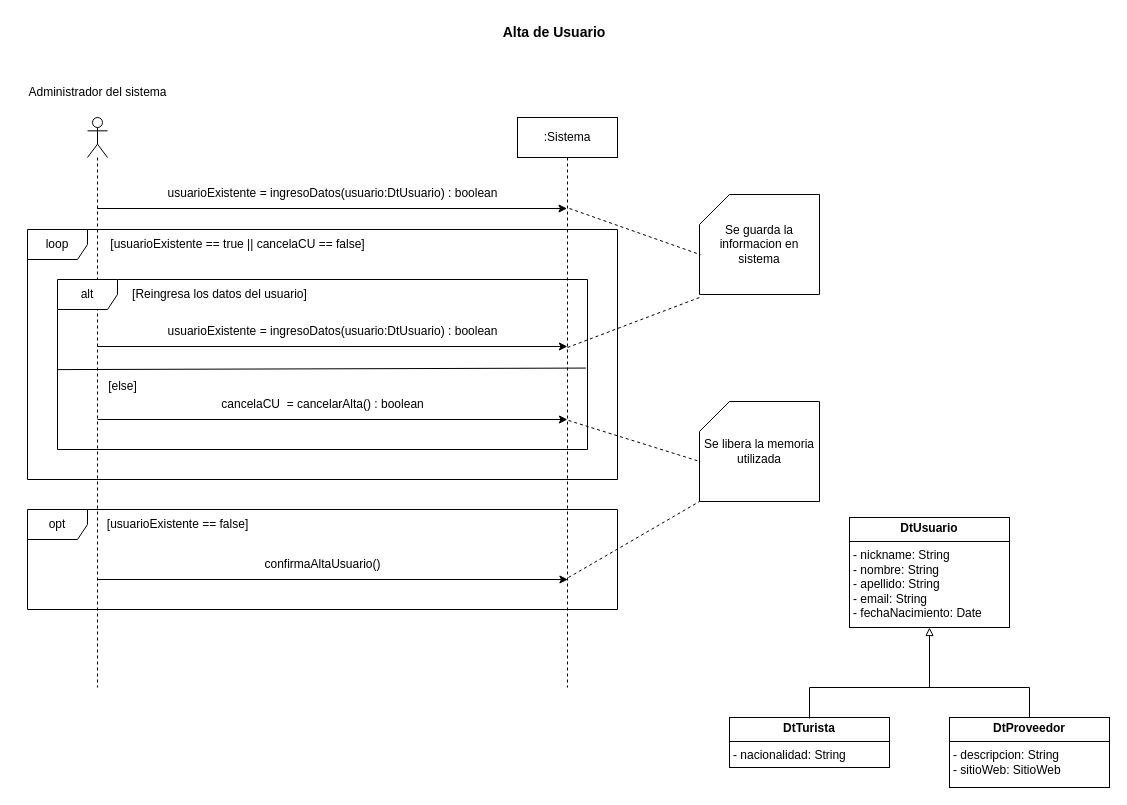
The draw.io diagram page "CU1_AltaUsuario" (2 of 8) of resources/Tarea1.drawio in rofernandezm/Tencnoinf_Pap2025_Tarea1, before the edit. Source tidied: cells renumbered, new cells numbered last; positions are measured from the earlier drawing's top-left corner, leaving out a move shared by most shapes. Both pictures are drawn from the tidied source at 100%, with x=0, y=0 at pixel (17, 17).
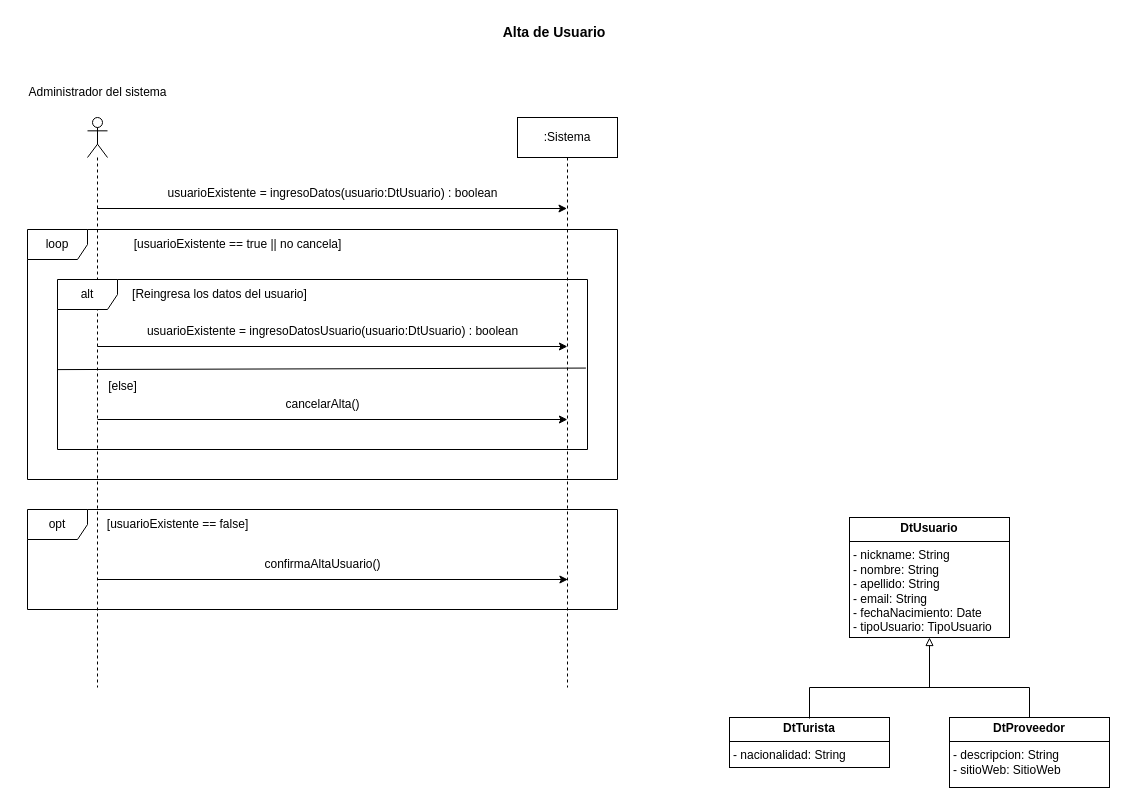
The same page after the edit.

The edit, as a diff of the source:
```diff
@@
-    <mxCell id="6" value="&lt;p style=&quot;margin:0px;margin-top:4px;text-align:center;&quot;&gt;&lt;b&gt;DtUsuario&lt;/b&gt;&lt;/p&gt;&lt;hr size=&quot;1&quot; style=&quot;border-style:solid;&quot;&gt;&lt;p style=&quot;margin:0px;margin-left:4px;&quot;&gt;- nickname: String&lt;/p&gt;&lt;p style=&quot;margin:0px;margin-left:4px;&quot;&gt;- nombre: String&lt;/p&gt;&lt;p style=&quot;margin:0px;margin-left:4px;&quot;&gt;- apellido: String&lt;/p&gt;&lt;p style=&quot;margin:0px;margin-left:4px;&quot;&gt;- email: String&lt;/p&gt;&lt;p style=&quot;margin:0px;margin-left:4px;&quot;&gt;- fechaNacimiento: Date&lt;/p&gt;" style="verticalAlign=top;align=left;overflow=fill;html=1;whiteSpace=wrap;" parent="1" vertex="1">
-      <mxGeometry x="832" y="500" width="160" height="110" as="geometry" />
+    <mxCell id="6" value="&lt;p style=&quot;margin:0px;margin-top:4px;text-align:center;&quot;&gt;&lt;b&gt;DtUsuario&lt;/b&gt;&lt;/p&gt;&lt;hr size=&quot;1&quot; style=&quot;border-style:solid;&quot;&gt;&lt;p style=&quot;margin:0px;margin-left:4px;&quot;&gt;- nickname: String&lt;/p&gt;&lt;p style=&quot;margin:0px;margin-left:4px;&quot;&gt;- nombre: String&lt;/p&gt;&lt;p style=&quot;margin:0px;margin-left:4px;&quot;&gt;- apellido: String&lt;/p&gt;&lt;p style=&quot;margin:0px;margin-left:4px;&quot;&gt;- email: String&lt;/p&gt;&lt;p style=&quot;margin:0px;margin-left:4px;&quot;&gt;- fechaNacimiento: Date&lt;/p&gt;&lt;p style=&quot;margin:0px;margin-left:4px;&quot;&gt;- tipoUsuario: TipoUsuario&lt;/p&gt;" style="verticalAlign=top;align=left;overflow=fill;html=1;whiteSpace=wrap;" parent="1" vertex="1">
+      <mxGeometry x="832" y="500" width="160" height="120" as="geometry" />
     </mxCell>
@@
-    <mxCell id="14" value="[usuarioExistente == true || cancelaCU == false]" style="text;html=1;align=center;verticalAlign=middle;strokeColor=none;fillColor=none;" parent="1" vertex="1">
-      <mxGeometry x="80" y="212" width="280" height="30" as="geometry" />
+    <mxCell id="14" value="[usuarioExistente == true || no cancela]" style="text;html=1;align=center;verticalAlign=middle;strokeColor=none;fillColor=none;" parent="1" vertex="1">
+      <mxGeometry x="105" y="212" width="230" height="30" as="geometry" />
     </mxCell>
@@
-    <mxCell id="17" value="usuarioExistente = ingresoDatos(usuario:DtUsuario) : boolean" style="text;html=1;align=center;verticalAlign=middle;strokeColor=none;fillColor=none;" parent="1" vertex="1">
-      <mxGeometry x="140.4" y="299" width="350" height="30" as="geometry" />
+    <mxCell id="17" value="usuarioExistente = ingresoDatosUsuario(usuario:DtUsuario) : boolean" style="text;html=1;align=center;verticalAlign=middle;strokeColor=none;fillColor=none;" parent="1" vertex="1">
+      <mxGeometry x="120.4" y="299" width="390" height="30" as="geometry" />
     </mxCell>
@@
-    <mxCell id="20" value="cancelaCU&amp;nbsp;&amp;nbsp;= cancelarAlta() : boolean" style="text;html=1;align=center;verticalAlign=middle;strokeColor=none;fillColor=none;" parent="1" vertex="1">
-      <mxGeometry x="190" y="372" width="230" height="30" as="geometry" />
+    <mxCell id="20" value="cancelarAlta()" style="text;html=1;align=center;verticalAlign=middle;strokeColor=none;fillColor=none;" parent="1" vertex="1">
+      <mxGeometry x="255" y="372" width="100" height="30" as="geometry" />
     </mxCell>
@@
-    <mxCell id="25" value="Se libera la memoria utilizada" style="shape=card;whiteSpace=wrap;html=1;" parent="1" vertex="1">
-      <mxGeometry x="682" y="384" width="120" height="100" as="geometry" />
-    </mxCell>
-    <mxCell id="26" style="endArrow=none;html=1;rounded=0;entryX=0.008;entryY=0.602;entryDx=0;entryDy=0;entryPerimeter=0;dashed=1;" parent="1" edge="1" target="25">
-      <mxGeometry relative="1" as="geometry">
-        <mxPoint x="551" y="403" as="sourcePoint" />
-      </mxGeometry>
-    </mxCell>
-    <mxCell id="27" style="endArrow=none;html=1;rounded=0;entryX=0;entryY=1;entryDx=0;entryDy=0;entryPerimeter=0;dashed=1;" parent="1" edge="1" target="25">
-      <mxGeometry relative="1" as="geometry">
-        <mxPoint x="551" y="560" as="sourcePoint" />
-      </mxGeometry>
-    </mxCell>
-    <mxCell id="28" value="Se guarda la informacion en sistema" style="shape=card;whiteSpace=wrap;html=1;" parent="1" vertex="1">
-      <mxGeometry x="682" y="177" width="120" height="100" as="geometry" />
-    </mxCell>
-    <mxCell id="29" style="endArrow=none;html=1;rounded=0;entryX=0.008;entryY=0.602;entryDx=0;entryDy=0;entryPerimeter=0;dashed=1;" parent="1" edge="1" target="28">
-      <mxGeometry relative="1" as="geometry">
-        <mxPoint x="552" y="191" as="sourcePoint" />
-      </mxGeometry>
-    </mxCell>
-    <mxCell id="30" style="endArrow=none;html=1;rounded=0;dashed=1;" parent="1" edge="1">
-      <mxGeometry relative="1" as="geometry">
-        <mxPoint x="550" y="330" as="sourcePoint" />
-        <mxPoint x="682" y="280" as="targetPoint" />
-      </mxGeometry>
-    </mxCell>
```
